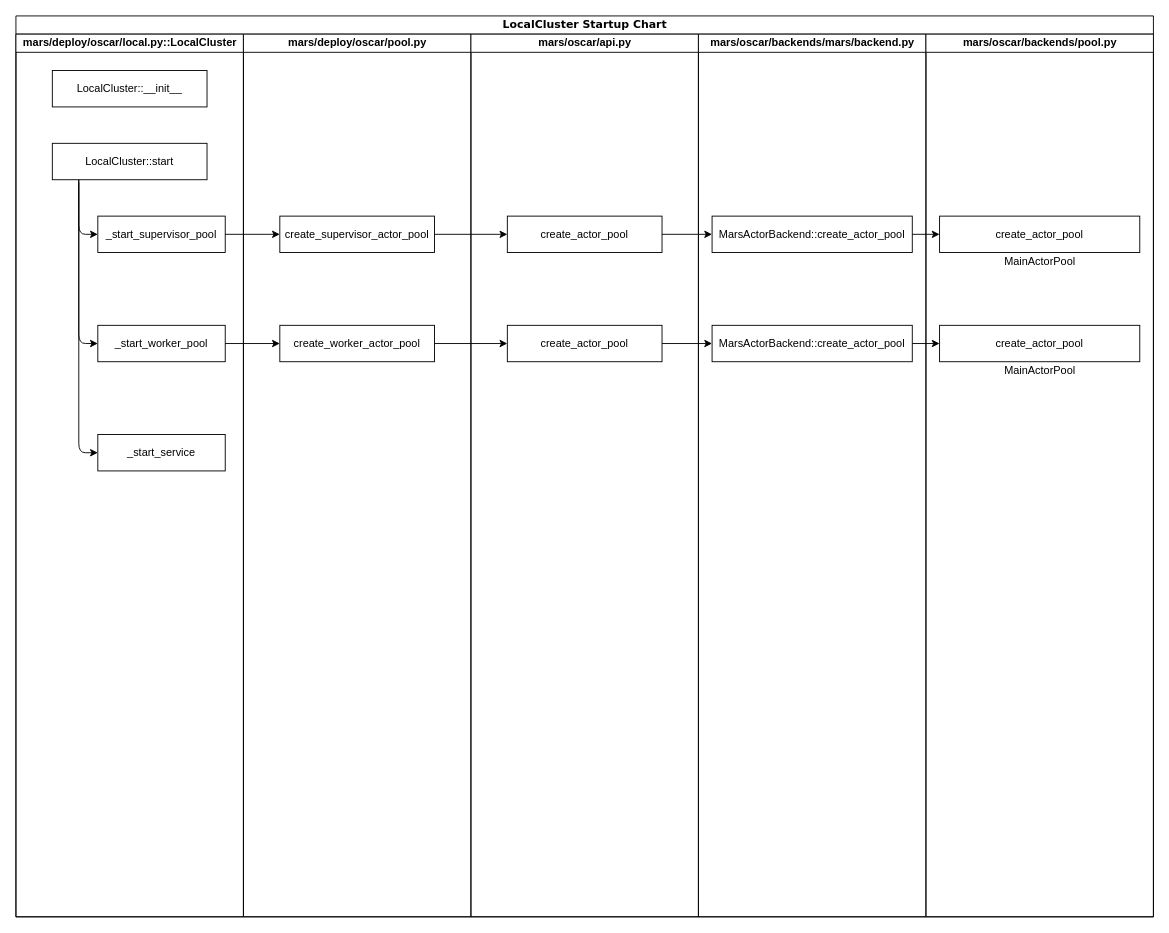
Above: page "LocalCluster" (1 of 2) of graphs/mars_cluster_startup_flow_0.1.drawio in zhongchun/daily (draw.io), before the change. Source tidied: cells renumbered, new cells numbered last; positions are measured from the earlier drawing's top-left corner, leaving out a move shared by most shapes. Both pictures are drawn from the tidied source at 91%, with x=0, y=0 at pixel (15, 15).
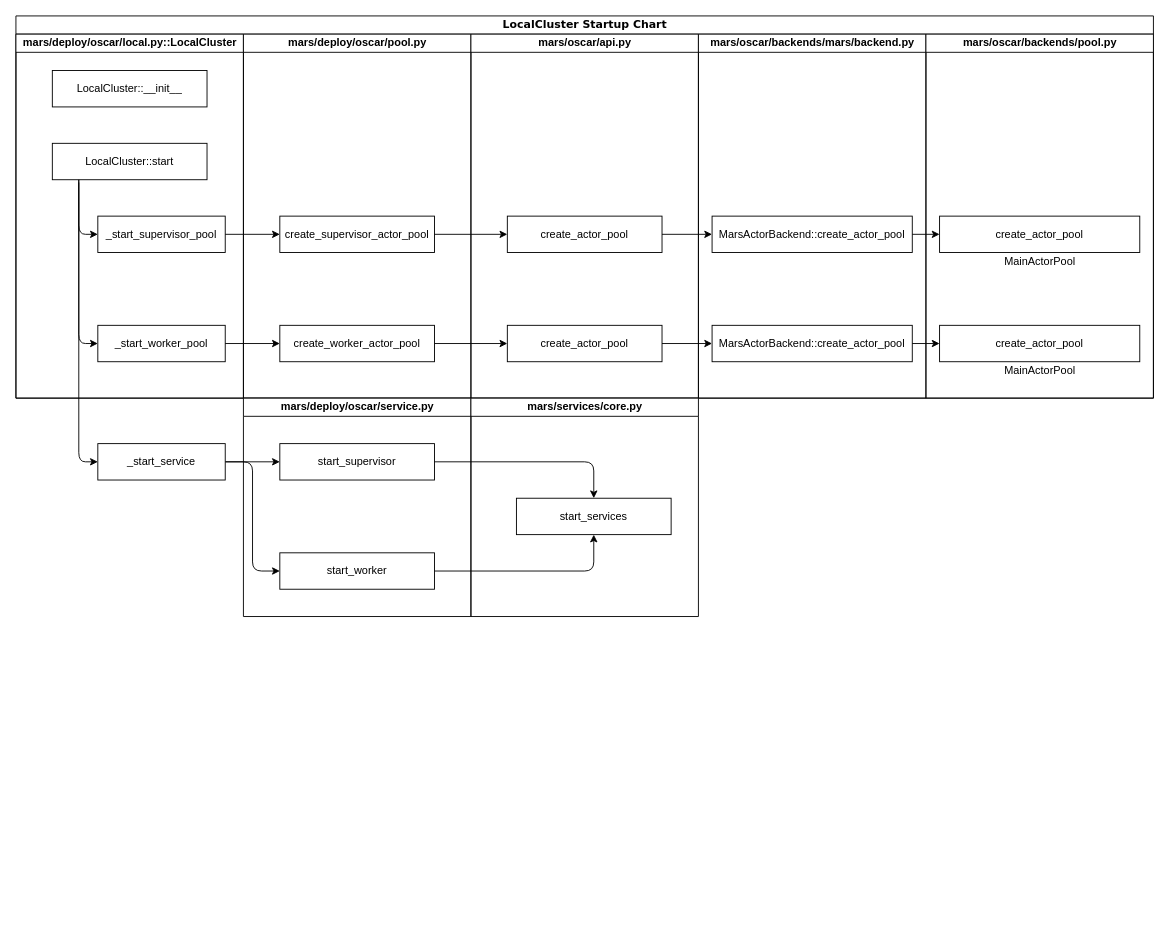
The same page after the edit.

Unchanged cells that the change refers to:
```xml
<mxCell id="6" value="LocalCluster::start" style="rounded=0;whiteSpace=wrap;html=1;" parent="3" vertex="1">
  <mxGeometry x="40" y="120" width="170" height="40" as="geometry" />
</mxCell>
```

Diff of the diagram source:
```diff
@@
     <mxCell id="2" value="LocalCluster Startup Chart" style="swimlane;html=1;startSize=20;rounded=0;shadow=0;comic=0;labelBackgroundColor=none;strokeWidth=1;fontFamily=Verdana;fontSize=12;align=center;" parent="1" vertex="1">
-      <mxGeometry width="1250" height="990" as="geometry" />
+      <mxGeometry width="1250" height="420" as="geometry" />
     </mxCell>
     <mxCell id="3" value="mars/deploy/oscar/local.py::LocalCluster" style="swimlane;html=1;startSize=20;" parent="2" vertex="1">
-      <mxGeometry y="20" width="250" height="970" as="geometry" />
+      <mxGeometry y="20" width="250" height="400" as="geometry" />
     </mxCell>
@@
-    <mxCell id="10" value="_start_service" style="rounded=0;whiteSpace=wrap;html=1;" parent="3" vertex="1">
-      <mxGeometry x="90" y="440" width="140" height="40" as="geometry" />
-    </mxCell>
-    <mxCell id="11" style="html=1;entryX=0;entryY=0.5;entryDx=0;entryDy=0;exitX=0.171;exitY=1;exitDx=0;exitDy=0;edgeStyle=orthogonalEdgeStyle;exitPerimeter=0;" parent="3" edge="1" source="6" target="10">
-      <mxGeometry relative="1" as="geometry" />
-    </mxCell>
     <mxCell id="12" value="mars/deploy/oscar/pool.py" style="swimlane;html=1;startSize=20;" parent="2" vertex="1">
-      <mxGeometry x="250" y="20" width="250" height="970" as="geometry" />
+      <mxGeometry x="250" y="20" width="250" height="400" as="geometry" />
     </mxCell>
@@
     <mxCell id="15" value="mars/oscar/api.py" style="swimlane;html=1;startSize=20;" parent="2" vertex="1">
-      <mxGeometry x="500" y="20" width="250" height="970" as="geometry" />
+      <mxGeometry x="500" y="20" width="250" height="400" as="geometry" />
     </mxCell>
@@
     <mxCell id="20" value="mars/oscar/backends/mars/backend.py" style="swimlane;html=1;startSize=20;" parent="2" vertex="1">
-      <mxGeometry x="750" y="20" width="250" height="970" as="geometry" />
+      <mxGeometry x="750" y="20" width="250" height="400" as="geometry" />
     </mxCell>
@@
     <mxCell id="27" value="&lt;span&gt;&lt;b&gt;mars/oscar/backends/pool.py&lt;/b&gt;&lt;/span&gt;" style="swimlane;html=1;startSize=20;fontStyle=0;" parent="1" vertex="1">
-      <mxGeometry x="1000" y="20" width="250" height="970" as="geometry" />
+      <mxGeometry x="1000" y="20" width="250" height="400" as="geometry" />
     </mxCell>
@@
+    <mxCell id="34" value="mars/deploy/oscar/service.py" style="swimlane;html=1;startSize=20;" parent="1" vertex="1">
+      <mxGeometry x="250" y="420" width="250" height="240" as="geometry" />
+    </mxCell>
+    <mxCell id="35" value="start_supervisor" style="rounded=0;whiteSpace=wrap;html=1;" parent="34" vertex="1">
+      <mxGeometry x="40" y="50" width="170" height="40" as="geometry" />
+    </mxCell>
+    <mxCell id="36" value="start_worker" style="rounded=0;whiteSpace=wrap;html=1;" parent="34" vertex="1">
+      <mxGeometry x="40" y="170" width="170" height="40" as="geometry" />
+    </mxCell>
+    <mxCell id="37" value="mars/services/core.py" style="swimlane;html=1;startSize=20;" parent="1" vertex="1">
+      <mxGeometry x="500" y="420" width="250" height="240" as="geometry" />
+    </mxCell>
+    <mxCell id="38" value="start_services" style="rounded=0;whiteSpace=wrap;html=1;" parent="37" vertex="1">
+      <mxGeometry x="50" y="110" width="170" height="40" as="geometry" />
+    </mxCell>
+    <mxCell id="39" style="edgeStyle=orthogonalEdgeStyle;html=1;" parent="1" edge="1" source="10" target="35">
+      <mxGeometry relative="1" as="geometry" />
+    </mxCell>
+    <mxCell id="40" style="edgeStyle=orthogonalEdgeStyle;html=1;entryX=0;entryY=0.5;entryDx=0;entryDy=0;" parent="1" edge="1" source="10" target="36">
+      <mxGeometry relative="1" as="geometry" />
+    </mxCell>
+    <mxCell id="10" value="_start_service" style="rounded=0;whiteSpace=wrap;html=1;" parent="1" vertex="1">
+      <mxGeometry x="90" y="470" width="140" height="40" as="geometry" />
+    </mxCell>
+    <mxCell id="11" style="html=1;entryX=0;entryY=0.5;entryDx=0;entryDy=0;exitX=0.171;exitY=1;exitDx=0;exitDy=0;edgeStyle=orthogonalEdgeStyle;exitPerimeter=0;" parent="1" edge="1" source="6" target="10">
+      <mxGeometry relative="1" as="geometry" />
+    </mxCell>
+    <mxCell id="41" style="edgeStyle=orthogonalEdgeStyle;html=1;" parent="1" edge="1" source="35" target="38">
+      <mxGeometry relative="1" as="geometry" />
+    </mxCell>
+    <mxCell id="42" style="edgeStyle=orthogonalEdgeStyle;html=1;entryX=0.5;entryY=1;entryDx=0;entryDy=0;" parent="1" edge="1" source="36" target="38">
+      <mxGeometry relative="1" as="geometry" />
+    </mxCell>
```
